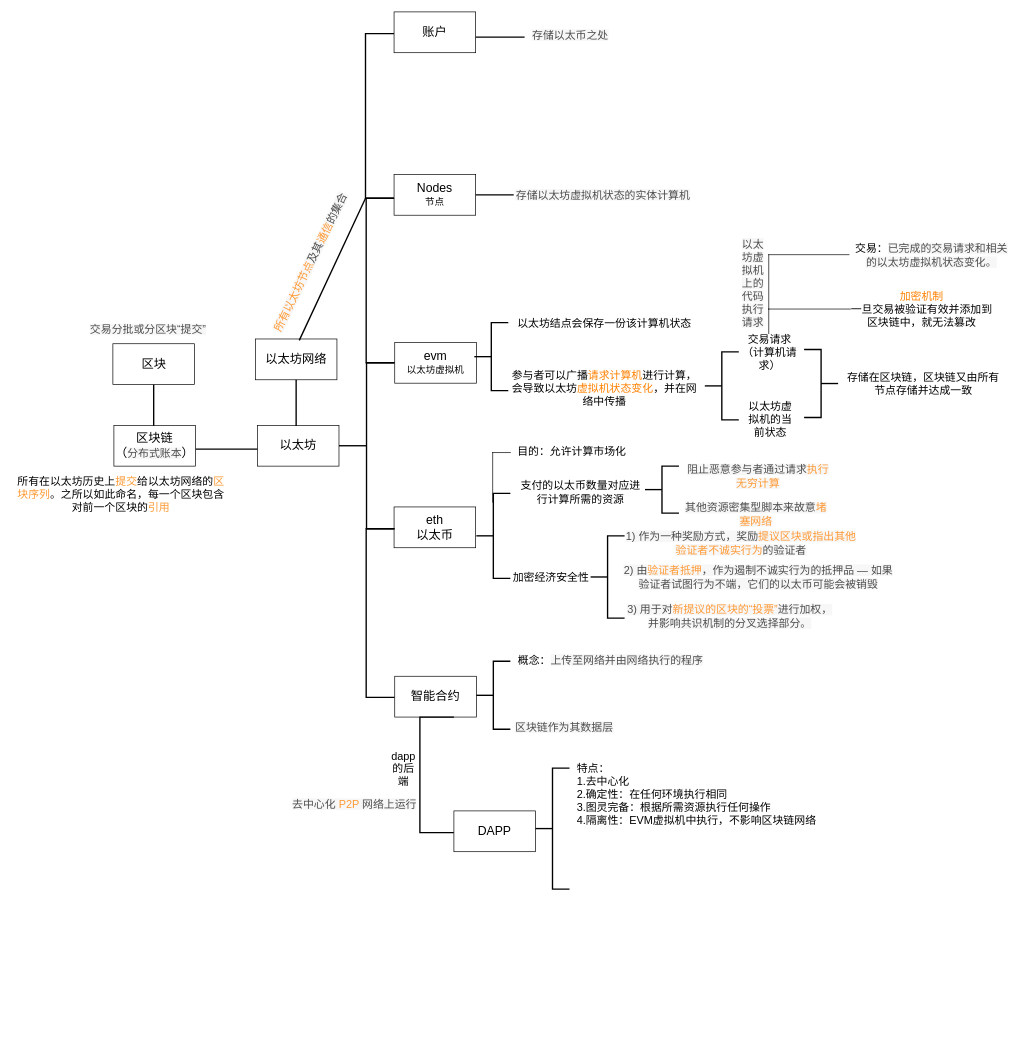
The draw.io diagram 以太坊.drawio in WhiteIsBlank/Information-security, before the edit. Source tidied: cells renumbered, new cells numbered last; positions are measured from the earlier drawing's top-left corner, leaving out a move shared by most shapes. Both pictures are drawn from the tidied source at 68%, with x=0, y=0 at pixel (12, 12).
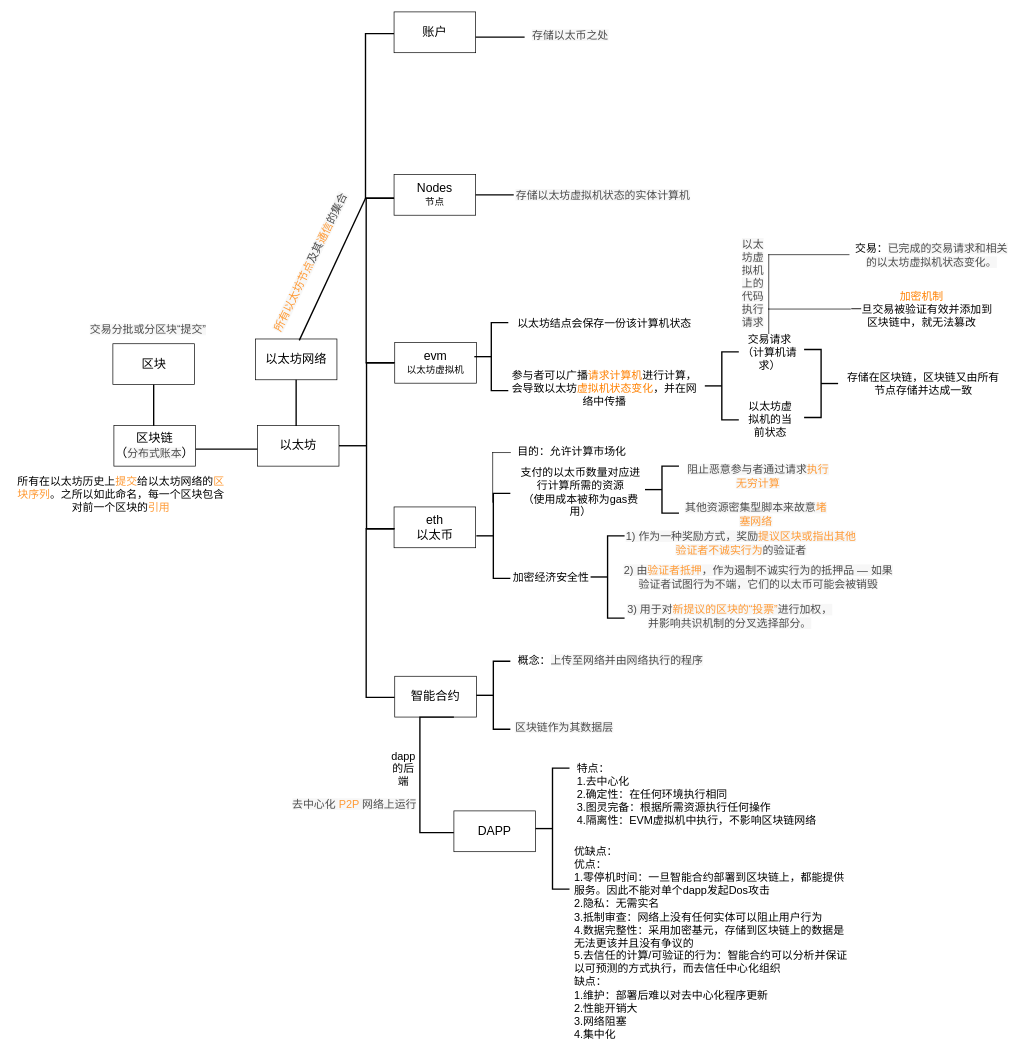
Above is the later version.

Commit message:
更新以太坊.drawio

Change to the diagram source:
```diff
@@
-    <mxCell id="19" value="支付的以太币数量对应进行计算所需的资源" style="text;strokeColor=none;fillColor=none;html=1;align=center;verticalAlign=middle;whiteSpace=wrap;rounded=0;fontSize=16;" parent="1" vertex="1">
+    <mxCell id="19" value="支付的以太币数量对应进行计算所需的资源&lt;div&gt;（使用成本被称为gas费用）&lt;/div&gt;" style="text;strokeColor=none;fillColor=none;html=1;align=center;verticalAlign=middle;whiteSpace=wrap;rounded=0;fontSize=16;" parent="1" vertex="1">
       <mxGeometry x="742" y="691" width="189" height="30" as="geometry" />
     </mxCell>
@@
+    <mxCell id="60" value="优缺点：&lt;div&gt;优点：&lt;/div&gt;&lt;div&gt;1.零停机时间：一旦智能合约部署到区块链上，都能提供服务。因此不能对单个dapp发起Dos攻击&lt;/div&gt;&lt;div&gt;2.隐私：无需实名&lt;/div&gt;&lt;div&gt;3.抵制审查：网络上没有任何实体可以阻止用户行为&lt;/div&gt;&lt;div&gt;4.数据完整性：采用加密基元，存储到区块链上的数据是无法更该并且没有争议的&lt;/div&gt;&lt;div&gt;5.去信任的计算/可验证的行为：智能合约可以分析并保证以可预测的方式执行，而去信任中心化组织&lt;/div&gt;&lt;div&gt;缺点：&lt;/div&gt;&lt;div&gt;1.维护：部署后难以对去中心化程序更新&lt;/div&gt;&lt;div&gt;2.性能开销大&lt;/div&gt;&lt;div&gt;3.网络阻塞&lt;/div&gt;&lt;div&gt;4.集中化&lt;/div&gt;" style="text;strokeColor=none;fillColor=none;html=1;align=left;verticalAlign=middle;whiteSpace=wrap;rounded=0;fontSize=16;" parent="1" vertex="1">
+      <mxGeometry x="824.5" y="1354" width="404.5" height="30" as="geometry" />
+    </mxCell>
```
